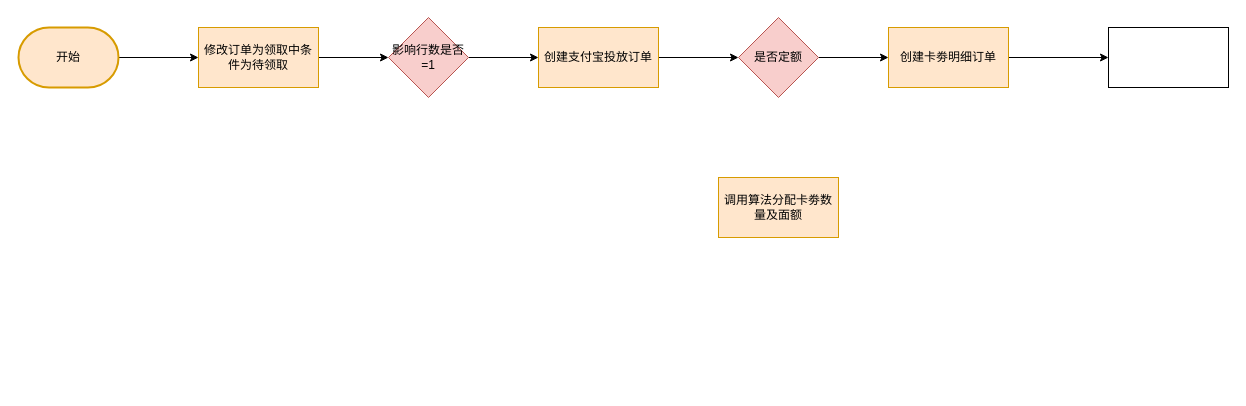
Above: 支付宝投放流程.drawio in Jie33/draw (draw.io), before the change. Source tidied: cells renumbered, new cells numbered last; positions are measured from the earlier drawing's top-left corner, leaving out a move shared by most shapes. Both pictures are drawn from the tidied source at 100%, with x=0, y=0 at pixel (18, 17).
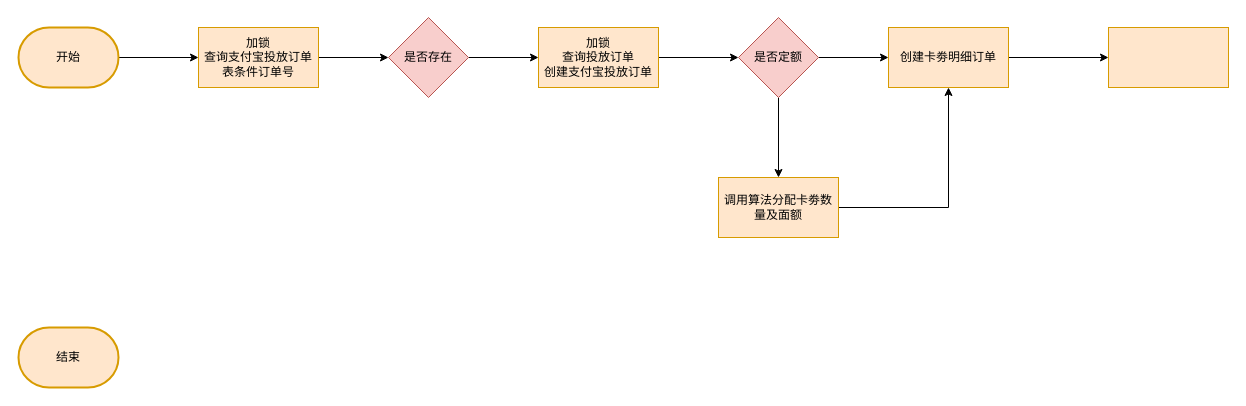
The same page after the edit.

Commit message (it also covers changes not shown here):
更新支付宝投放流程.drawio

The edit, as a diff of the source:
```diff
@@
 <mxGraphModel>
   <root>
     <mxCell id="0" />
     <mxCell id="1" parent="0" />
     <mxCell id="2" style="edgeStyle=orthogonalEdgeStyle;rounded=0;jettySize=auto;html=1;" parent="1" edge="1" source="3" target="5">
       <mxGeometry relative="1" as="geometry" />
     </mxCell>
     <mxCell id="3" value="开始" style="strokeWidth=2;html=1;shape=mxgraph.flowchart.terminator;whiteSpace=wrap;fillColor=#ffe6cc;strokeColor=#d79b00;" parent="1" vertex="1">
       <mxGeometry y="10" width="100" height="60" as="geometry" />
     </mxCell>
     <mxCell id="4" style="edgeStyle=orthogonalEdgeStyle;rounded=0;jettySize=auto;html=1;" parent="1" edge="1" source="5" target="7">
       <mxGeometry relative="1" as="geometry" />
     </mxCell>
-    <mxCell id="5" value="修改订单为领取中条件为待领取" style="rounded=0;whiteSpace=wrap;html=1;fillColor=#ffe6cc;strokeColor=#d79b00;" parent="1" vertex="1">
+    <mxCell id="5" value="加锁&lt;div&gt;查询支付宝投放订单表条件订单号&lt;/div&gt;" style="rounded=0;whiteSpace=wrap;html=1;fillColor=#ffe6cc;strokeColor=#d79b00;" parent="1" vertex="1">
       <mxGeometry x="180" y="10" width="120" height="60" as="geometry" />
     </mxCell>
     <mxCell id="6" style="edgeStyle=orthogonalEdgeStyle;rounded=0;jettySize=auto;html=1;" parent="1" edge="1" source="7" target="9">
       <mxGeometry relative="1" as="geometry" />
     </mxCell>
-    <mxCell id="7" value="影响行数是否=1" style="rhombus;whiteSpace=wrap;html=1;fillColor=#f8cecc;strokeColor=#b85450;" parent="1" vertex="1">
+    <mxCell id="7" value="是否存在" style="rhombus;whiteSpace=wrap;html=1;fillColor=#f8cecc;strokeColor=#b85450;" parent="1" vertex="1">
       <mxGeometry x="370" width="80" height="80" as="geometry" />
     </mxCell>
     <mxCell id="8" style="edgeStyle=orthogonalEdgeStyle;rounded=0;jettySize=auto;html=1;" parent="1" edge="1" source="9" target="13">
       <mxGeometry relative="1" as="geometry" />
     </mxCell>
-    <mxCell id="9" value="创建支付宝投放订单" style="rounded=0;whiteSpace=wrap;html=1;fillColor=#ffe6cc;strokeColor=#d79b00;" parent="1" vertex="1">
+    <mxCell id="9" value="加锁&lt;div&gt;查询投放订单&lt;br&gt;&lt;div&gt;创建支付宝投放订单&lt;/div&gt;&lt;/div&gt;" style="rounded=0;whiteSpace=wrap;html=1;fillColor=#ffe6cc;strokeColor=#d79b00;" parent="1" vertex="1">
       <mxGeometry x="520" y="10" width="120" height="60" as="geometry" />
     </mxCell>
     <mxCell id="10" style="edgeStyle=orthogonalEdgeStyle;rounded=0;jettySize=auto;html=1;" parent="1" edge="1" source="11" target="15">
       <mxGeometry relative="1" as="geometry" />
     </mxCell>
     <mxCell id="11" value="创建卡劵明细订单" style="rounded=0;whiteSpace=wrap;html=1;fillColor=#ffe6cc;strokeColor=#d79b00;" parent="1" vertex="1">
       <mxGeometry x="870" y="10" width="120" height="60" as="geometry" />
     </mxCell>
     <mxCell id="12" style="edgeStyle=orthogonalEdgeStyle;rounded=0;jettySize=auto;html=1;" parent="1" edge="1" source="13" target="11">
       <mxGeometry relative="1" as="geometry" />
     </mxCell>
+    <mxCell id="16" style="edgeStyle=orthogonalEdgeStyle;rounded=0;jettySize=auto;html=1;" parent="1" edge="1" source="13" target="14">
+      <mxGeometry relative="1" as="geometry" />
+    </mxCell>
     <mxCell id="13" value="是否定额" style="rhombus;whiteSpace=wrap;html=1;fillColor=#f8cecc;strokeColor=#b85450;" parent="1" vertex="1">
       <mxGeometry x="720" width="80" height="80" as="geometry" />
     </mxCell>
+    <mxCell id="17" style="edgeStyle=orthogonalEdgeStyle;rounded=0;jettySize=auto;html=1;" parent="1" edge="1" source="14" target="11">
+      <mxGeometry relative="1" as="geometry" />
+    </mxCell>
     <mxCell id="14" value="调用算法分配卡劵数量及面额" style="rounded=0;whiteSpace=wrap;html=1;fillColor=#ffe6cc;strokeColor=#d79b00;" parent="1" vertex="1">
       <mxGeometry x="700" y="160" width="120" height="60" as="geometry" />
     </mxCell>
-    <mxCell id="15" style="rounded=0;whiteSpace=wrap;html=1;" parent="1" vertex="1">
+    <mxCell id="15" style="rounded=0;whiteSpace=wrap;html=1;fillColor=#ffe6cc;strokeColor=#d79b00;" parent="1" vertex="1">
       <mxGeometry x="1090" y="10" width="120" height="60" as="geometry" />
     </mxCell>
+    <mxCell id="18" value="结束" style="strokeWidth=2;html=1;shape=mxgraph.flowchart.terminator;whiteSpace=wrap;fillColor=#ffe6cc;strokeColor=#d79b00;" parent="1" vertex="1">
+      <mxGeometry y="310" width="100" height="60" as="geometry" />
+    </mxCell>
   </root>
 </mxGraphModel>
```
